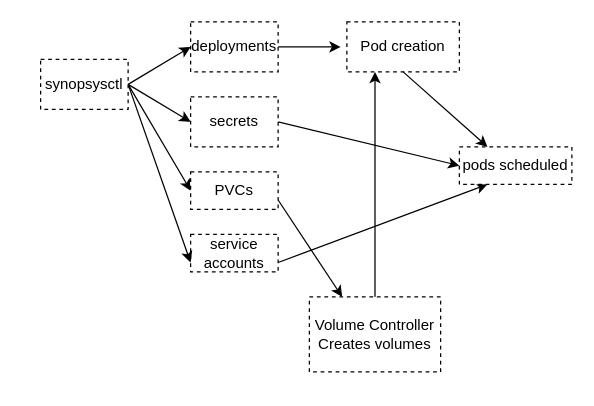
yashbhutwala/polaris-contrib keeps this draw.io diagram as page "Page-4" (4 of 4) of images/polarisdiagram.drawio. Above is the earlier version. Source tidied: cells renumbered, new cells numbered last; positions are measured from the earlier drawing's top-left corner, leaving out a move shared by most shapes. Both pictures are drawn from the tidied source at 125%, with x=0, y=0 at pixel (40, 21).
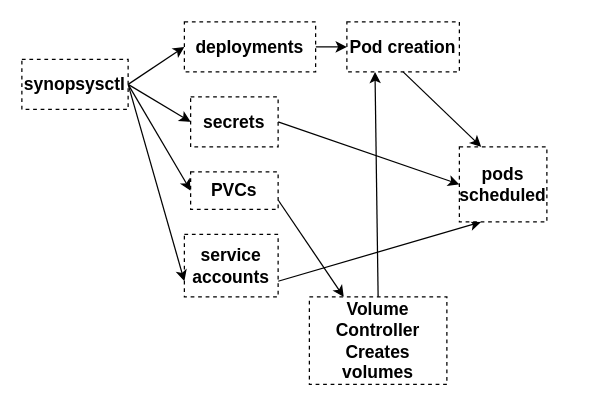
The same diagram, later.

Change to the diagram source:
```diff
@@
-    <mxCell id="5" style="endArrow=classic;html=1;exitX=1;exitY=0.5;exitDx=0;exitDy=0;" parent="1" edge="1" source="11">
-      <mxGeometry relative="1" as="geometry">
-        <mxPoint x="240" y="20" as="targetPoint" />
-      </mxGeometry>
+    <mxCell id="5" style="endArrow=classic;html=1;exitX=1;exitY=0.5;exitDx=0;exitDy=0;entryX=0;entryY=0.5;entryDx=0;entryDy=0;" parent="1" edge="1" source="11" target="17">
+      <mxGeometry relative="1" as="geometry" />
     </mxCell>
@@
-    <mxCell id="10" value="synopsysctl" style="rounded=0;whiteSpace=wrap;html=1;dashed=1;strokeColor=#000000;shadow=0;" parent="1" vertex="1">
-      <mxGeometry y="30" width="70" height="40" as="geometry" />
+    <mxCell id="10" value="&lt;b&gt;&lt;font style=&quot;font-size: 14px&quot;&gt;synopsysctl&lt;/font&gt;&lt;/b&gt;" style="rounded=0;whiteSpace=wrap;html=1;dashed=1;strokeColor=#000000;shadow=0;" parent="1" vertex="1">
+      <mxGeometry x="-15" y="30" width="85" height="40" as="geometry" />
     </mxCell>
-    <mxCell id="11" value="deployments" style="rounded=0;whiteSpace=wrap;html=1;dashed=1;strokeColor=#000000;shadow=0;" parent="1" vertex="1">
-      <mxGeometry x="120" width="70" height="40" as="geometry" />
+    <mxCell id="11" value="&lt;font style=&quot;font-size: 14px&quot;&gt;&lt;b&gt;deployments&lt;/b&gt;&lt;/font&gt;" style="rounded=0;whiteSpace=wrap;html=1;dashed=1;strokeColor=#000000;shadow=0;" parent="1" vertex="1">
+      <mxGeometry x="115" width="105" height="40" as="geometry" />
     </mxCell>
-    <mxCell id="12" value="secrets" style="rounded=0;whiteSpace=wrap;html=1;dashed=1;strokeColor=#000000;shadow=0;" parent="1" vertex="1">
+    <mxCell id="12" value="&lt;font style=&quot;font-size: 14px&quot;&gt;&lt;b&gt;secrets&lt;/b&gt;&lt;/font&gt;" style="rounded=0;whiteSpace=wrap;html=1;dashed=1;strokeColor=#000000;shadow=0;" parent="1" vertex="1">
       <mxGeometry x="120" y="60" width="70" height="40" as="geometry" />
     </mxCell>
-    <mxCell id="13" value="PVCs" style="rounded=0;whiteSpace=wrap;html=1;dashed=1;strokeColor=#000000;shadow=0;" parent="1" vertex="1">
+    <mxCell id="13" value="&lt;font style=&quot;font-size: 14px&quot;&gt;&lt;b&gt;PVCs&lt;/b&gt;&lt;/font&gt;" style="rounded=0;whiteSpace=wrap;html=1;dashed=1;strokeColor=#000000;shadow=0;" parent="1" vertex="1">
       <mxGeometry x="120" y="120" width="70" height="30" as="geometry" />
     </mxCell>
-    <mxCell id="14" value="service&lt;br&gt;accounts" style="rounded=0;whiteSpace=wrap;html=1;dashed=1;strokeColor=#000000;shadow=0;" parent="1" vertex="1">
-      <mxGeometry x="120" y="170" width="70" height="30" as="geometry" />
+    <mxCell id="14" value="&lt;font style=&quot;font-size: 14px&quot;&gt;&lt;b&gt;service&lt;br&gt;accounts&lt;/b&gt;&lt;/font&gt;" style="rounded=0;whiteSpace=wrap;html=1;dashed=1;strokeColor=#000000;shadow=0;" parent="1" vertex="1">
+      <mxGeometry x="115" y="170" width="75" height="50" as="geometry" />
     </mxCell>
-    <mxCell id="15" value="pods scheduled" style="rounded=0;whiteSpace=wrap;html=1;dashed=1;strokeColor=#000000;shadow=0;" parent="1" vertex="1">
-      <mxGeometry x="335" y="100" width="90" height="30" as="geometry" />
+    <mxCell id="15" value="&lt;font style=&quot;font-size: 14px&quot;&gt;&lt;b&gt;pods scheduled&lt;/b&gt;&lt;/font&gt;" style="rounded=0;whiteSpace=wrap;html=1;dashed=1;strokeColor=#000000;shadow=0;" parent="1" vertex="1">
+      <mxGeometry x="335" y="100" width="70" height="60" as="geometry" />
     </mxCell>
-    <mxCell id="16" value="Volume Controller&lt;br&gt;Creates volumes" style="rounded=0;whiteSpace=wrap;html=1;dashed=1;strokeColor=#000000;shadow=0;" parent="1" vertex="1">
-      <mxGeometry x="215" y="220" width="105" height="60" as="geometry" />
+    <mxCell id="16" value="&lt;font style=&quot;font-size: 14px&quot;&gt;&lt;b&gt;Volume Controller&lt;br&gt;Creates volumes&lt;/b&gt;&lt;/font&gt;" style="rounded=0;whiteSpace=wrap;html=1;dashed=1;strokeColor=#000000;shadow=0;" parent="1" vertex="1">
+      <mxGeometry x="215" y="220" width="110" height="70" as="geometry" />
     </mxCell>
-    <mxCell id="17" value="Pod creation" style="rounded=0;whiteSpace=wrap;html=1;shadow=0;dashed=1;strokeColor=#000000;" parent="1" vertex="1">
+    <mxCell id="17" value="&lt;font style=&quot;font-size: 14px&quot;&gt;&lt;b&gt;Pod creation&lt;/b&gt;&lt;/font&gt;" style="rounded=0;whiteSpace=wrap;html=1;shadow=0;dashed=1;strokeColor=#000000;" parent="1" vertex="1">
       <mxGeometry x="245" width="90" height="40" as="geometry" />
     </mxCell>
```
